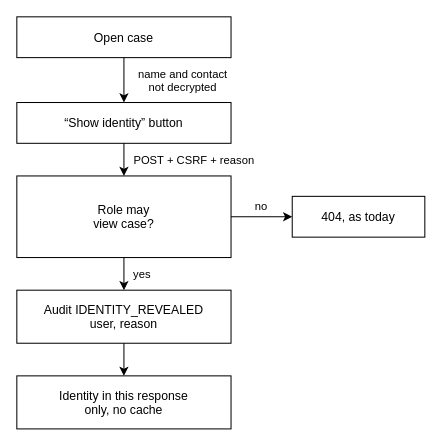
Before: docs-tech/_diagrams/identity-reveal.drawio in openwhistle/OpenWhistle, a draw.io diagram. Source tidied: cells renumbered, new cells numbered last; positions are measured from the earlier drawing's top-left corner, leaving out a move shared by most shapes. Both pictures are drawn from the tidied source at 102%, with x=0, y=0 at pixel (16, 16).
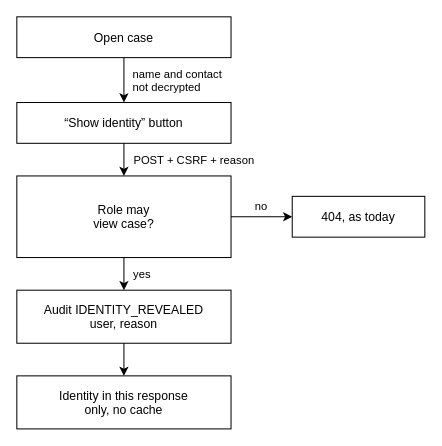
The same diagram, later.

The edit, as a diff of the source:
```diff
@@
 <mxGraphModel>
   <root>
     <mxCell id="0" />
     <mxCell id="1" parent="0" />
     <mxCell id="2" value="Open case" style="ow:start;" parent="1" vertex="1">
       <mxGeometry width="210" height="40" as="geometry" />
     </mxCell>
     <mxCell id="3" value="“Show identity” button" style="ow:step;" parent="1" vertex="1">
       <mxGeometry y="84" width="210" height="40" as="geometry" />
     </mxCell>
     <mxCell id="4" value="Role may&#10;view case?" style="ow:decision;" parent="1" vertex="1">
       <mxGeometry y="156" width="210" height="80" as="geometry" />
     </mxCell>
     <mxCell id="5" value="404, as today" style="ow:result;" parent="1" vertex="1">
       <mxGeometry x="270" y="176" width="130" height="40" as="geometry" />
     </mxCell>
     <mxCell id="6" value="Audit IDENTITY_REVEALED&#10;user, reason" style="ow:step;" parent="1" vertex="1">
       <mxGeometry y="268" width="210" height="52" as="geometry" />
     </mxCell>
     <mxCell id="7" value="Identity in this response&#10;only, no cache" style="ow:end;" parent="1" vertex="1">
       <mxGeometry y="352" width="210" height="52" as="geometry" />
     </mxCell>
-    <mxCell id="8" value="name and contact&#10;not decrypted" style="ow:edge;" parent="1" edge="1" source="2" target="3">
+    <mxCell id="8" value="name and contact&#10;not decrypted" style="ow:edge;align=left;" parent="1" edge="1" source="2" target="3">
       <mxGeometry relative="1" as="geometry">
-        <mxPoint x="58" as="offset" />
+        <mxPoint x="7" as="offset" />
       </mxGeometry>
     </mxCell>
     <mxCell id="9" value="POST + CSRF + reason" style="ow:edge;entryX=0.5;entryY=0;entryDx=0;entryDy=0;" parent="1" edge="1" source="3" target="4">
       <mxGeometry relative="1" as="geometry">
         <mxPoint x="69" as="offset" />
       </mxGeometry>
     </mxCell>
     <mxCell id="10" value="no" style="ow:edge;exitX=1;exitY=0.5;exitDx=0;exitDy=0;entryX=0;entryY=0.5;entryDx=0;entryDy=0;" parent="1" edge="1" source="4" target="5">
       <mxGeometry relative="1" as="geometry">
         <mxPoint y="-11" as="offset" />
       </mxGeometry>
     </mxCell>
     <mxCell id="11" value="yes" style="ow:edge;exitX=0.5;exitY=1;exitDx=0;exitDy=0;" parent="1" edge="1" source="4" target="6">
       <mxGeometry relative="1" as="geometry">
         <mxPoint x="18" as="offset" />
       </mxGeometry>
     </mxCell>
     <mxCell id="12" style="ow:edge;" parent="1" edge="1" source="6" target="7">
       <mxGeometry relative="1" as="geometry" />
     </mxCell>
   </root>
 </mxGraphModel>
```
